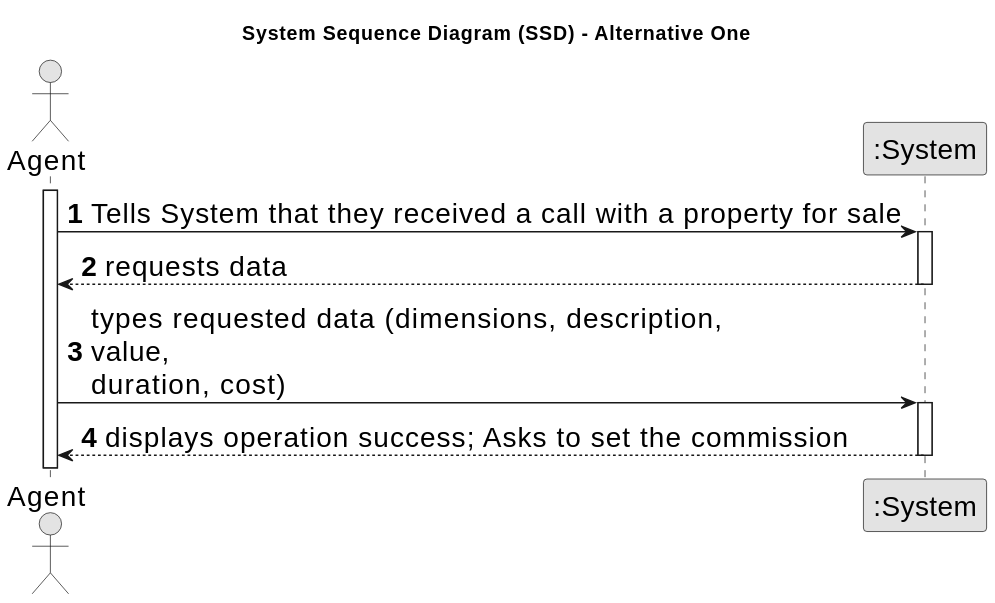
The PlantUML diagram docs/sprintA/us002/01.requirements-engineering/svg/us002-system-sequence-diagram-alternative-one.svg in Goncalves2525/real-estate-management-system, before a commit. Its diagram source:
```plantuml
@startuml
skinparamlocked defaultFontSize 20
skinparam monochrome true
skinparam packageStyle rectangle
skinparam shadowing false

title System Sequence Diagram (SSD) - Alternative One

autonumber

actor "Agent" as Agent
participant ":System" as System

activate Agent

    Agent -> System : Tells System that they received a call with a property for sale
    activate System

    System --> Agent : requests data
    deactivate System

    Agent -> System : types requested data (dimensions, description, \nvalue,\nduration, cost)
    activate System

    System --> Agent : displays operation success; Asks to set the commission
    deactivate System
@enduml
```
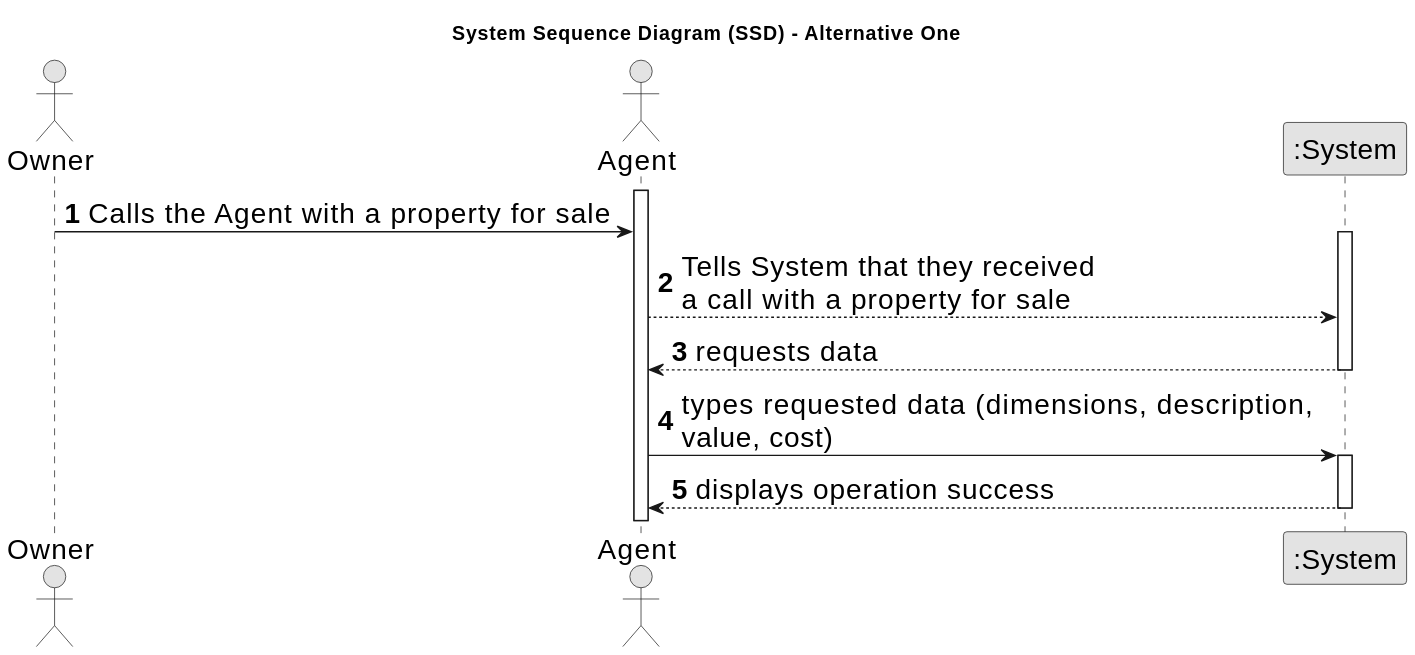
The same diagram one commit later.

The edit, as a diff of the source:
```diff
@@ -8,20 +8,23 @@
 
 autonumber
 
+actor "Owner" as Owner
 actor "Agent" as Agent
 participant ":System" as System
 
 activate Agent
 
-    Agent -> System : Tells System that they received a call with a property for sale
+    Owner -> Agent : Calls the Agent with a property for sale
     activate System
+
+    Agent --> System : Tells System that they received \na call with a property for sale
 
     System --> Agent : requests data
     deactivate System
 
-    Agent -> System : types requested data (dimensions, description, \nvalue,\nduration, cost)
+    Agent -> System : types requested data (dimensions, description, \nvalue, cost)
     activate System
 
-    System --> Agent : displays operation success; Asks to set the commission
+    System --> Agent : displays operation success
     deactivate System
 @enduml
```
